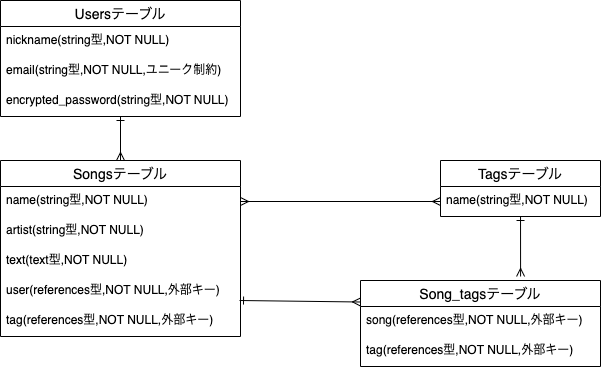
Above: favorite-song.drawio.png in hossan09/favorite-song (draw.io), before the change. Source tidied: cells renumbered, new cells last; positions are measured from the earlier drawing's top-left corner, leaving out a move shared by most shapes.
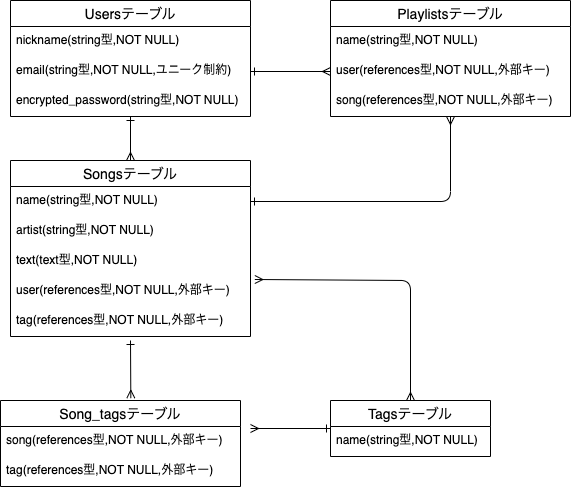
Above is the later version.

Commit message:
ER図、READMEに追記

Change to the diagram source:
```diff
@@ -6,7 +6,7 @@
       <mxGeometry relative="1" as="geometry" />
     </mxCell>
     <mxCell id="3" value="Usersテーブル" style="swimlane;fontStyle=0;horizontal=1;startSize=26;align=center;fontSize=14;" parent="1" vertex="1">
-      <mxGeometry width="240" height="116" as="geometry" />
+      <mxGeometry x="210" y="160" width="240" height="116" as="geometry" />
     </mxCell>
     <mxCell id="4" value="nickname(string型,NOT NULL)" style="text;strokeColor=none;fillColor=none;spacingLeft=4;spacingRight=4;overflow=hidden;fontSize=12;" parent="3" vertex="1">
       <mxGeometry y="26" width="240" height="30" as="geometry" />
@@ -17,14 +17,20 @@
     <mxCell id="6" value="encrypted_password(string型,NOT NULL)" style="text;strokeColor=none;fillColor=none;spacingLeft=4;spacingRight=4;overflow=hidden;fontSize=12;" parent="3" vertex="1">
       <mxGeometry y="86" width="240" height="30" as="geometry" />
     </mxCell>
-    <mxCell id="7" style="edgeStyle=none;html=1;entryX=0;entryY=0.5;entryDx=0;entryDy=0;startArrow=ERmany;startFill=0;endArrow=ERmany;endFill=0;exitX=1;exitY=0.5;exitDx=0;exitDy=0;" parent="1" edge="1" source="10" target="17">
-      <mxGeometry relative="1" as="geometry" />
+    <mxCell id="7" style="edgeStyle=none;html=1;entryX=0.5;entryY=0;entryDx=0;entryDy=0;startArrow=ERmany;startFill=0;endArrow=ERmany;endFill=0;exitX=1.018;exitY=0.1;exitDx=0;exitDy=0;exitPerimeter=0;" parent="1" edge="1" source="13" target="16">
+      <mxGeometry relative="1" as="geometry">
+        <Array as="points">
+          <mxPoint x="610" y="440" />
+        </Array>
+      </mxGeometry>
     </mxCell>
-    <mxCell id="8" style="edgeStyle=none;html=1;entryX=0;entryY=0.25;entryDx=0;entryDy=0;startArrow=ERone;startFill=0;endArrow=ERmany;endFill=0;exitX=0.996;exitY=0.8;exitDx=0;exitDy=0;exitPerimeter=0;" parent="1" edge="1" source="13" target="18">
-      <mxGeometry relative="1" as="geometry" />
+    <mxCell id="8" style="edgeStyle=none;html=1;entryX=0.543;entryY=-0.027;entryDx=0;entryDy=0;startArrow=ERone;startFill=0;endArrow=ERmany;endFill=0;entryPerimeter=0;" parent="1" edge="1" target="18">
+      <mxGeometry relative="1" as="geometry">
+        <mxPoint x="330" y="500" as="sourcePoint" />
+      </mxGeometry>
     </mxCell>
     <mxCell id="9" value="Songsテーブル" style="swimlane;fontStyle=0;horizontal=1;startSize=26;align=center;fontSize=14;" parent="1" vertex="1">
-      <mxGeometry y="160" width="240" height="176" as="geometry" />
+      <mxGeometry x="210" y="320" width="240" height="176" as="geometry" />
     </mxCell>
     <mxCell id="10" value="name(string型,NOT NULL)" style="text;strokeColor=none;fillColor=none;spacingLeft=4;spacingRight=4;overflow=hidden;points=[[0,0.5],[1,0.5]];portConstraint=eastwest;fontSize=12;" parent="9" vertex="1">
       <mxGeometry y="26" width="240" height="30" as="geometry" />
@@ -41,17 +47,19 @@
     <mxCell id="14" value="tag(references型,NOT NULL,外部キー)" style="text;strokeColor=none;fillColor=none;spacingLeft=4;spacingRight=4;overflow=hidden;fontSize=12;" parent="9" vertex="1">
       <mxGeometry y="146" width="240" height="30" as="geometry" />
     </mxCell>
-    <mxCell id="15" style="edgeStyle=none;html=1;entryX=0.667;entryY=-0.047;entryDx=0;entryDy=0;entryPerimeter=0;startArrow=ERone;startFill=0;endArrow=ERmany;endFill=0;" parent="1" edge="1" source="16" target="18">
-      <mxGeometry relative="1" as="geometry" />
+    <mxCell id="15" style="edgeStyle=none;html=1;startArrow=ERone;startFill=0;endArrow=ERmany;endFill=0;" parent="1" edge="1" source="16">
+      <mxGeometry relative="1" as="geometry">
+        <mxPoint x="450" y="588" as="targetPoint" />
+      </mxGeometry>
     </mxCell>
     <mxCell id="16" value="Tagsテーブル" style="swimlane;fontStyle=0;horizontal=1;startSize=26;align=center;fontSize=14;" parent="1" vertex="1">
-      <mxGeometry x="440" y="160" width="160" height="56" as="geometry" />
+      <mxGeometry x="530" y="560" width="160" height="56" as="geometry" />
     </mxCell>
     <mxCell id="17" value="name(string型,NOT NULL)" style="text;strokeColor=none;fillColor=none;spacingLeft=4;spacingRight=4;overflow=hidden;points=[[0,0.5],[1,0.5]];portConstraint=eastwest;fontSize=12;" parent="16" vertex="1">
       <mxGeometry y="26" width="160" height="30" as="geometry" />
     </mxCell>
     <mxCell id="18" value="Song_tagsテーブル" style="swimlane;fontStyle=0;horizontal=1;startSize=26;align=center;fontSize=14;" parent="1" vertex="1">
-      <mxGeometry x="360" y="280" width="240" height="86" as="geometry" />
+      <mxGeometry x="200" y="560" width="240" height="86" as="geometry" />
     </mxCell>
     <mxCell id="19" value="song(references型,NOT NULL,外部キー)" style="text;strokeColor=none;fillColor=none;spacingLeft=4;spacingRight=4;overflow=hidden;fontSize=12;" parent="18" vertex="1">
       <mxGeometry y="26" width="240" height="30" as="geometry" />
@@ -59,5 +67,27 @@
     <mxCell id="20" value="tag(references型,NOT NULL,外部キー)" style="text;strokeColor=none;fillColor=none;spacingLeft=4;spacingRight=4;overflow=hidden;fontSize=12;" parent="18" vertex="1">
       <mxGeometry y="56" width="240" height="30" as="geometry" />
     </mxCell>
+    <mxCell id="21" value="Playlistsテーブル" style="swimlane;fontStyle=0;horizontal=1;startSize=26;align=center;fontSize=14;" parent="1" vertex="1">
+      <mxGeometry x="530" y="160" width="240" height="116" as="geometry" />
+    </mxCell>
+    <mxCell id="22" value="name(string型,NOT NULL)" style="text;strokeColor=none;fillColor=none;spacingLeft=4;spacingRight=4;overflow=hidden;fontSize=12;" parent="21" vertex="1">
+      <mxGeometry y="26" width="240" height="30" as="geometry" />
+    </mxCell>
+    <mxCell id="23" value="user(references型,NOT NULL,外部キー)" style="text;strokeColor=none;fillColor=none;spacingLeft=4;spacingRight=4;overflow=hidden;points=[[0,0.5],[1,0.5]];portConstraint=eastwest;fontSize=12;" parent="21" vertex="1">
+      <mxGeometry y="56" width="240" height="30" as="geometry" />
+    </mxCell>
+    <mxCell id="24" value="song(references型,NOT NULL,外部キー)" style="text;strokeColor=none;fillColor=none;spacingLeft=4;spacingRight=4;overflow=hidden;fontSize=12;" parent="21" vertex="1">
+      <mxGeometry y="86" width="240" height="30" as="geometry" />
+    </mxCell>
+    <mxCell id="25" style="edgeStyle=none;html=1;entryX=0;entryY=0.5;entryDx=0;entryDy=0;endArrow=ERmany;endFill=0;startArrow=ERone;startFill=0;" parent="1" edge="1" source="5" target="23">
+      <mxGeometry relative="1" as="geometry" />
+    </mxCell>
+    <mxCell id="26" style="edgeStyle=none;html=1;exitX=1;exitY=0.5;exitDx=0;exitDy=0;endArrow=ERmany;endFill=0;startArrow=ERone;startFill=0;" parent="1" edge="1" source="10" target="21">
+      <mxGeometry relative="1" as="geometry">
+        <Array as="points">
+          <mxPoint x="650" y="361" />
+        </Array>
+      </mxGeometry>
+    </mxCell>
   </root>
 </mxGraphModel>
```
